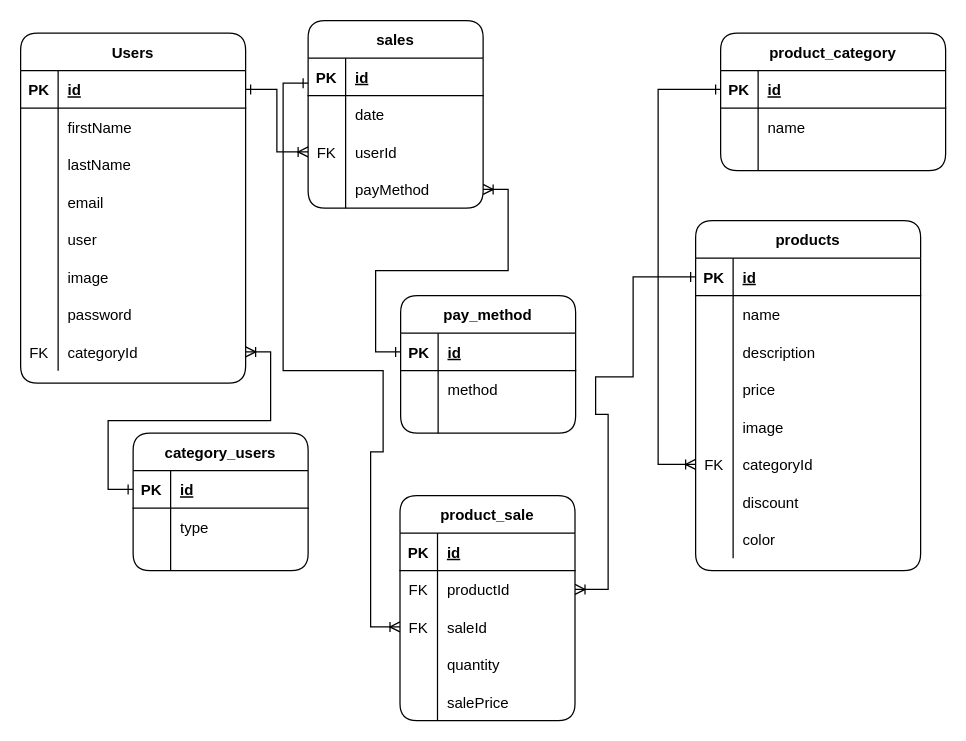
Before: diagrama.drawio in 0920CDFSNCN27ARED/grupo-03, a draw.io diagram. Source tidied: cells renumbered, new cells numbered last; positions are measured from the earlier drawing's top-left corner, leaving out a move shared by most shapes. Both pictures are drawn from the tidied source at 125%, with x=0, y=0 at pixel (20, 20).
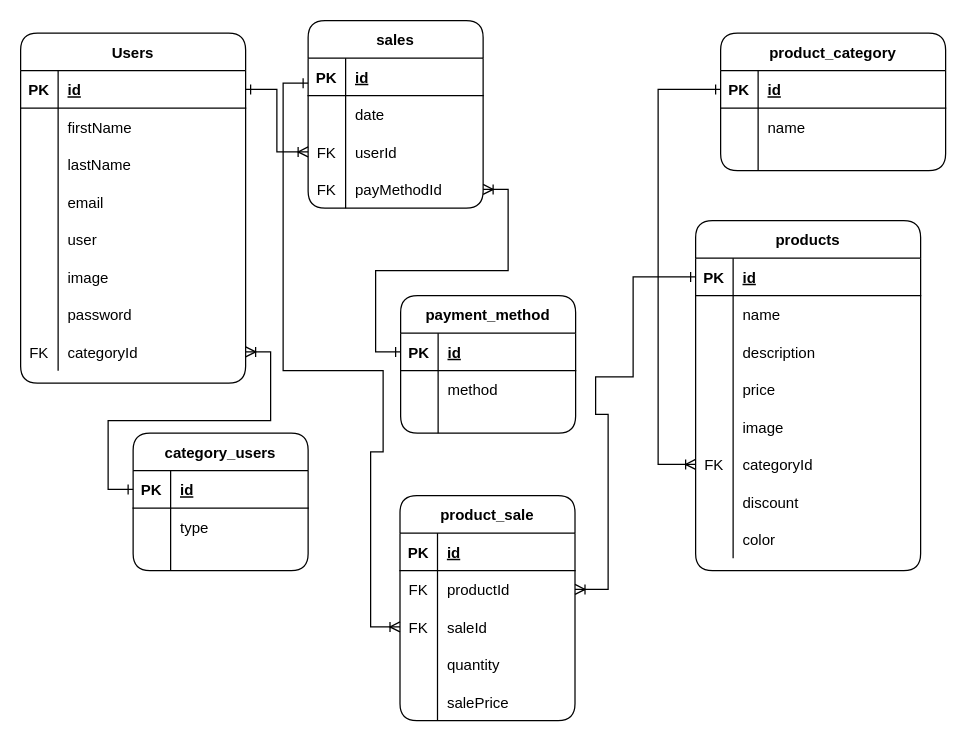
Above is the later version.

Unchanged cells that the change refers to:
```xml
<mxCell id="72" style="shape=partialRectangle;fillColor=none;top=0;left=0;bottom=0;right=0;points=[[0,0.5],[1,0.5]];portConstraint=eastwest;rounded=1;" parent="62" vertex="1">
  <mxGeometry y="120" width="140" height="30" as="geometry" />
</mxCell>
```

Change to the diagram source:
```diff
@@
-    <mxCell id="73" style="shape=partialRectangle;fillColor=none;top=0;left=0;bottom=0;right=0;overflow=hidden;rounded=1;" parent="72" vertex="1">
+    <mxCell id="73" value="FK" style="shape=partialRectangle;fillColor=none;top=0;left=0;bottom=0;right=0;overflow=hidden;rounded=1;" parent="72" vertex="1">
       <mxGeometry width="30" height="30" as="geometry" />
     </mxCell>
-    <mxCell id="74" value="payMethod" style="shape=partialRectangle;fillColor=none;top=0;left=0;bottom=0;right=0;align=left;spacingLeft=6;overflow=hidden;rounded=1;" parent="72" vertex="1">
+    <mxCell id="74" value="payMethodId" style="shape=partialRectangle;fillColor=none;top=0;left=0;bottom=0;right=0;align=left;spacingLeft=6;overflow=hidden;rounded=1;" parent="72" vertex="1">
       <mxGeometry x="30" width="110" height="30" as="geometry" />
     </mxCell>
@@
-    <mxCell id="106" value="pay_method" style="shape=table;startSize=30;childLayout=tableLayout;rowLines=0;fontStyle=1;align=center;rounded=1;" parent="1" vertex="1">
+    <mxCell id="106" value="payment_method" style="shape=table;startSize=30;childLayout=tableLayout;rowLines=0;fontStyle=1;align=center;rounded=1;" parent="1" vertex="1">
       <mxGeometry x="304" y="220" width="140" height="110" as="geometry" />
     </mxCell>
```
